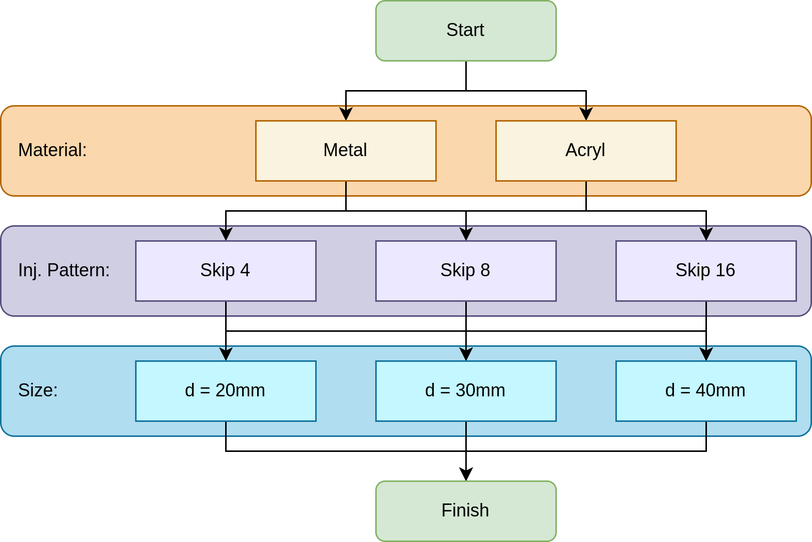
JacobTh98/3dIT keeps this draw.io diagram as images/measurement_tree.png. Above is the earlier version. Source tidied: cells renumbered, new cells last; positions are measured from the earlier drawing's top-left corner, leaving out a move shared by most shapes.
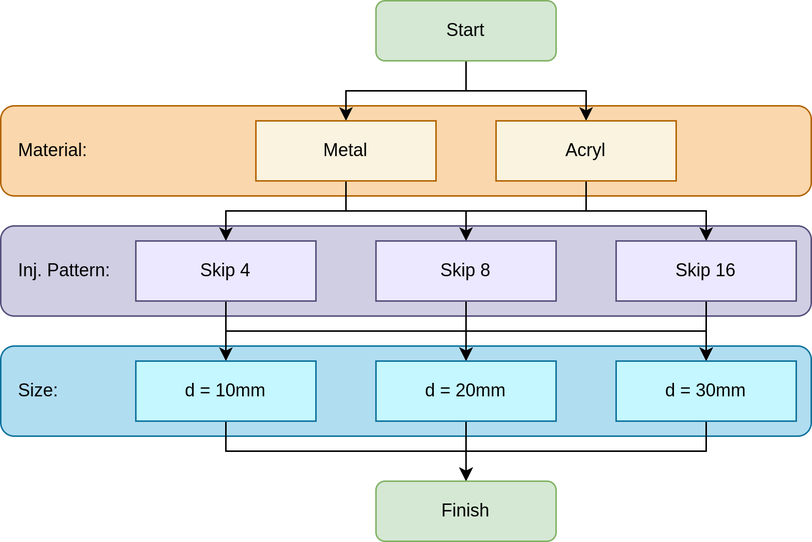
After the commit.

Commit message:
updated measurement tree images

Change to the diagram source:
```diff
@@ -93,7 +93,7 @@
         </Array>
       </mxGeometry>
     </mxCell>
-    <mxCell id="25" value="d = 20mm" style="rounded=0;whiteSpace=wrap;html=1;fillColor=#C4F7FF;strokeColor=#10739e;" parent="1" vertex="1">
+    <mxCell id="25" value="d = 10mm" style="rounded=0;whiteSpace=wrap;html=1;fillColor=#C4F7FF;strokeColor=#10739e;" parent="1" vertex="1">
       <mxGeometry x="90" y="240" width="120" height="40" as="geometry" />
     </mxCell>
     <mxCell id="26" style="edgeStyle=orthogonalEdgeStyle;rounded=0;jettySize=auto;html=1;entryX=0.5;entryY=0;entryDx=0;entryDy=0;" parent="1" edge="1" source="27" target="31">
@@ -104,13 +104,13 @@
         </Array>
       </mxGeometry>
     </mxCell>
-    <mxCell id="27" value="d = 40mm" style="rounded=0;whiteSpace=wrap;html=1;fillColor=#C4F7FF;strokeColor=#10739e;" parent="1" vertex="1">
+    <mxCell id="27" value="d = 30mm" style="rounded=0;whiteSpace=wrap;html=1;fillColor=#C4F7FF;strokeColor=#10739e;" parent="1" vertex="1">
       <mxGeometry x="410" y="240" width="120" height="40" as="geometry" />
     </mxCell>
     <mxCell id="28" style="edgeStyle=orthogonalEdgeStyle;rounded=0;jettySize=auto;html=1;entryX=0.5;entryY=0;entryDx=0;entryDy=0;" parent="1" edge="1" source="29" target="31">
       <mxGeometry relative="1" as="geometry" />
     </mxCell>
-    <mxCell id="29" value="d = 30mm" style="rounded=0;whiteSpace=wrap;html=1;fillColor=#C4F7FF;strokeColor=#10739e;" parent="1" vertex="1">
+    <mxCell id="29" value="d = 20mm" style="rounded=0;whiteSpace=wrap;html=1;fillColor=#C4F7FF;strokeColor=#10739e;" parent="1" vertex="1">
       <mxGeometry x="250" y="240" width="120" height="40" as="geometry" />
     </mxCell>
     <mxCell id="30" value="Size:" style="text;html=1;align=left;verticalAlign=middle;strokeColor=none;fillColor=none;" parent="1" vertex="1">
```
